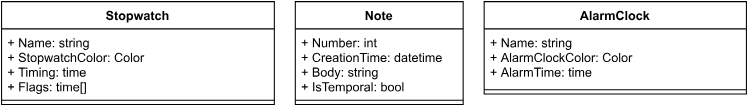
Above: Изображения/Лаба-UML модельных.svg in izen57/PPO (draw.io), before the change. Source tidied: cells renumbered, new cells last; positions are measured from the earlier drawing's top-left corner, leaving out a move shared by most shapes. Its diagram source:
```xml
<mxGraphModel>
  <root>
    <mxCell id="0" />
    <mxCell id="1" parent="0" />
    <mxCell id="2" value="Note" style="swimlane;fontStyle=1;align=center;verticalAlign=top;horizontal=1;startSize=26;" parent="1" vertex="1">
      <mxGeometry x="280" width="160" height="98" as="geometry" />
    </mxCell>
    <mxCell id="3" value="+ Number: int&#10;+ CreationTime: datetime&#10;+ Body: string&#10;+ IsTemporal: bool&#10;" style="text;strokeColor=none;fillColor=none;align=left;verticalAlign=top;spacingLeft=4;spacingRight=4;overflow=hidden;" parent="2" vertex="1">
      <mxGeometry y="26" width="160" height="64" as="geometry" />
    </mxCell>
    <mxCell id="4" style="line;strokeWidth=1;fillColor=none;align=left;verticalAlign=middle;spacingTop=-1;spacingLeft=3;spacingRight=3;labelPosition=right;" parent="2" vertex="1">
      <mxGeometry y="90" width="160" height="8" as="geometry" />
    </mxCell>
    <mxCell id="5" value="AlarmClock" style="swimlane;fontStyle=1;align=center;verticalAlign=top;horizontal=1;startSize=26;" parent="1" vertex="1">
      <mxGeometry x="460" width="250" height="88" as="geometry" />
    </mxCell>
    <mxCell id="6" value="+ Name: string&#10;+ AlarmClockColor: Color&#10;+ AlarmTime: time" style="text;strokeColor=none;fillColor=none;align=left;verticalAlign=top;spacingLeft=4;spacingRight=4;overflow=hidden;" parent="5" vertex="1">
      <mxGeometry y="26" width="250" height="54" as="geometry" />
    </mxCell>
    <mxCell id="7" style="line;strokeWidth=1;fillColor=none;align=left;verticalAlign=middle;spacingTop=-1;spacingLeft=3;spacingRight=3;labelPosition=right;" parent="5" vertex="1">
      <mxGeometry y="80" width="250" height="8" as="geometry" />
    </mxCell>
    <mxCell id="8" value="Stopwatch" style="swimlane;fontStyle=1;align=center;verticalAlign=top;horizontal=1;startSize=26;" parent="1" vertex="1">
      <mxGeometry width="260" height="98" as="geometry" />
    </mxCell>
    <mxCell id="9" value="+ Name: string&#10;+ StopwatchColor: Color&#10;+ Timing: time&#10;+ Flags: time[]" style="text;strokeColor=none;fillColor=none;align=left;verticalAlign=top;spacingLeft=4;spacingRight=4;overflow=hidden;" parent="8" vertex="1">
      <mxGeometry y="26" width="260" height="64" as="geometry" />
    </mxCell>
    <mxCell id="10" style="line;strokeWidth=1;fillColor=none;align=left;verticalAlign=middle;spacingTop=-1;spacingLeft=3;spacingRight=3;labelPosition=right;" parent="8" vertex="1">
      <mxGeometry y="90" width="260" height="8" as="geometry" />
    </mxCell>
  </root>
</mxGraphModel>
```
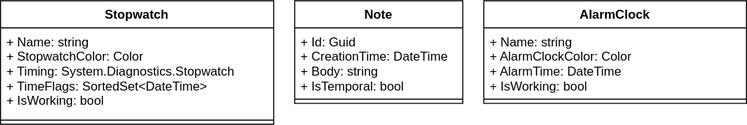
After the change.

Commit message:
полная диаграмма классов

Diff of the diagram source:
```diff
@@ -5,29 +5,29 @@
     <mxCell id="2" value="Note" style="swimlane;fontStyle=1;align=center;verticalAlign=top;horizontal=1;startSize=26;" parent="1" vertex="1">
       <mxGeometry x="280" width="160" height="98" as="geometry" />
     </mxCell>
-    <mxCell id="3" value="+ Number: int&#10;+ CreationTime: datetime&#10;+ Body: string&#10;+ IsTemporal: bool&#10;" style="text;strokeColor=none;fillColor=none;align=left;verticalAlign=top;spacingLeft=4;spacingRight=4;overflow=hidden;" parent="2" vertex="1">
+    <mxCell id="3" value="+ Id: Guid&#10;+ CreationTime: DateTime&#10;+ Body: string&#10;+ IsTemporal: bool" style="text;strokeColor=none;fillColor=none;align=left;verticalAlign=top;spacingLeft=4;spacingRight=4;overflow=hidden;" parent="2" vertex="1">
       <mxGeometry y="26" width="160" height="64" as="geometry" />
     </mxCell>
     <mxCell id="4" style="line;strokeWidth=1;fillColor=none;align=left;verticalAlign=middle;spacingTop=-1;spacingLeft=3;spacingRight=3;labelPosition=right;" parent="2" vertex="1">
       <mxGeometry y="90" width="160" height="8" as="geometry" />
     </mxCell>
     <mxCell id="5" value="AlarmClock" style="swimlane;fontStyle=1;align=center;verticalAlign=top;horizontal=1;startSize=26;" parent="1" vertex="1">
-      <mxGeometry x="460" width="250" height="88" as="geometry" />
+      <mxGeometry x="460" width="250" height="98" as="geometry" />
     </mxCell>
-    <mxCell id="6" value="+ Name: string&#10;+ AlarmClockColor: Color&#10;+ AlarmTime: time" style="text;strokeColor=none;fillColor=none;align=left;verticalAlign=top;spacingLeft=4;spacingRight=4;overflow=hidden;" parent="5" vertex="1">
-      <mxGeometry y="26" width="250" height="54" as="geometry" />
+    <mxCell id="6" value="+ Name: string&#10;+ AlarmClockColor: Color&#10;+ AlarmTime: DateTime&#10;+ IsWorking: bool" style="text;strokeColor=none;fillColor=none;align=left;verticalAlign=top;spacingLeft=4;spacingRight=4;overflow=hidden;" parent="5" vertex="1">
+      <mxGeometry y="26" width="250" height="64" as="geometry" />
     </mxCell>
     <mxCell id="7" style="line;strokeWidth=1;fillColor=none;align=left;verticalAlign=middle;spacingTop=-1;spacingLeft=3;spacingRight=3;labelPosition=right;" parent="5" vertex="1">
-      <mxGeometry y="80" width="250" height="8" as="geometry" />
+      <mxGeometry y="90" width="250" height="8" as="geometry" />
     </mxCell>
     <mxCell id="8" value="Stopwatch" style="swimlane;fontStyle=1;align=center;verticalAlign=top;horizontal=1;startSize=26;" parent="1" vertex="1">
-      <mxGeometry width="260" height="98" as="geometry" />
+      <mxGeometry width="260" height="118" as="geometry" />
     </mxCell>
-    <mxCell id="9" value="+ Name: string&#10;+ StopwatchColor: Color&#10;+ Timing: time&#10;+ Flags: time[]" style="text;strokeColor=none;fillColor=none;align=left;verticalAlign=top;spacingLeft=4;spacingRight=4;overflow=hidden;" parent="8" vertex="1">
-      <mxGeometry y="26" width="260" height="64" as="geometry" />
+    <mxCell id="9" value="+ Name: string&#10;+ StopwatchColor: Color&#10;+ Timing: System.Diagnostics.Stopwatch&#10;+ TimeFlags: SortedSet&lt;DateTime&gt;&#10;+ IsWorking: bool" style="text;strokeColor=none;fillColor=none;align=left;verticalAlign=top;spacingLeft=4;spacingRight=4;overflow=hidden;" parent="8" vertex="1">
+      <mxGeometry y="26" width="260" height="84" as="geometry" />
     </mxCell>
     <mxCell id="10" style="line;strokeWidth=1;fillColor=none;align=left;verticalAlign=middle;spacingTop=-1;spacingLeft=3;spacingRight=3;labelPosition=right;" parent="8" vertex="1">
-      <mxGeometry y="90" width="260" height="8" as="geometry" />
+      <mxGeometry y="110" width="260" height="8" as="geometry" />
     </mxCell>
   </root>
 </mxGraphModel>
```
